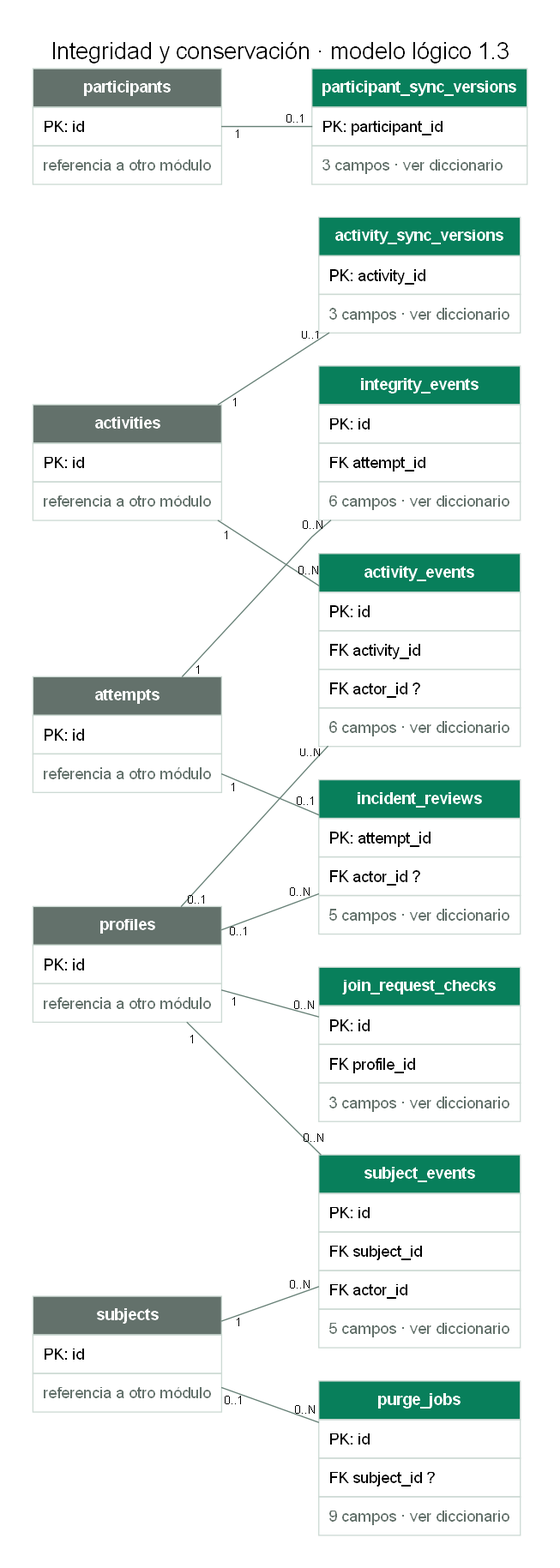
This is docs/modelado/diagramas/06-operacion.png from CubeFreaKLab/aulify, a Graphviz export, as it was before one commit. Its source is kept beside it as docs/modelado/diagramas/06-operacion.dot.
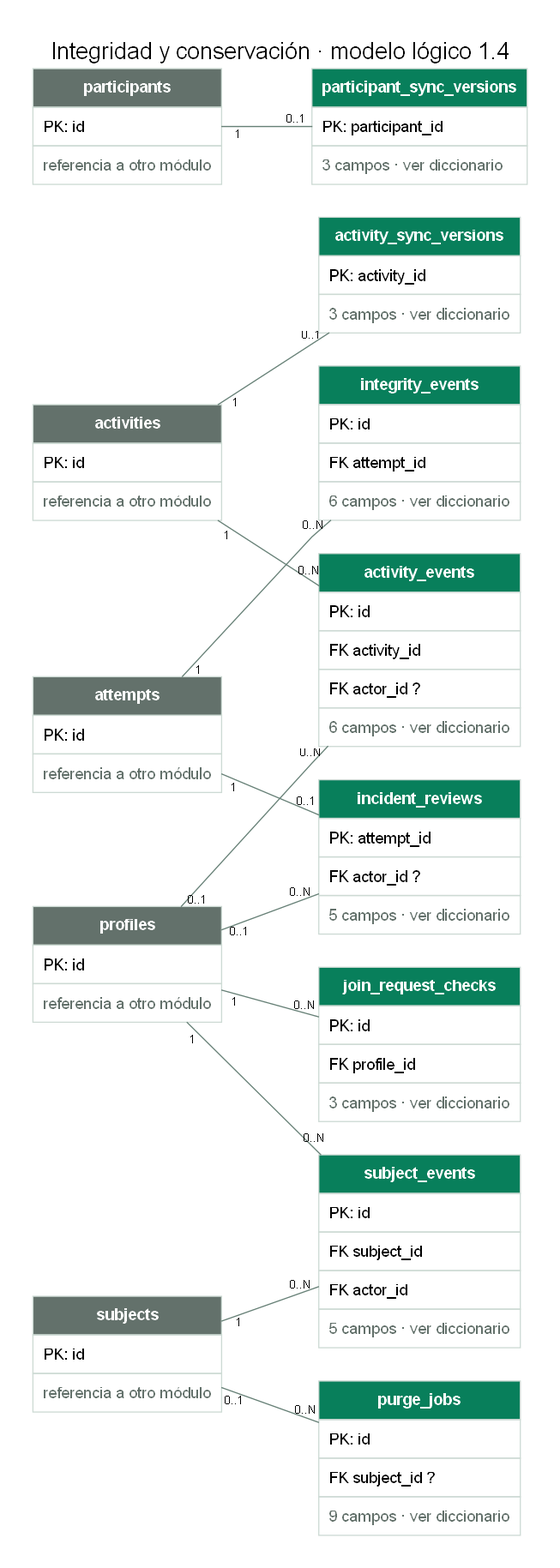
After the change.

Change to the diagram source:
```diff
@@ -1,5 +1,5 @@
 digraph modelo {
-graph [rankdir=LR, bgcolor="#ffffff", pad=0.4, nodesep=0.4, ranksep=1.1, splines=polyline, fontname="Arial", fontsize=20, labelloc=t, label="Integridad y conservación · modelo lógico 1.3"];
+graph [rankdir=LR, bgcolor="#ffffff", pad=0.4, nodesep=0.4, ranksep=1.1, splines=polyline, fontname="Arial", fontsize=20, labelloc=t, label="Integridad y conservación · modelo lógico 1.4"];
 node [shape=plain, fontname="Arial"];
 edge [fontname="Arial", fontsize=10, color="#668076", arrowsize=0.6];
 "activities" [label=<<TABLE BORDER="0" CELLBORDER="1" CELLSPACING="0" CELLPADDING="8" COLOR="#CDDAD4"><TR><TD BGCOLOR="#63716B"><FONT COLOR="white"><B>activities</B></FONT></TD></TR><TR><TD ALIGN="LEFT">PK: id</TD></TR><TR><TD><FONT COLOR="#63716B">referencia a otro módulo</FONT></TD></TR></TABLE>>];
```
